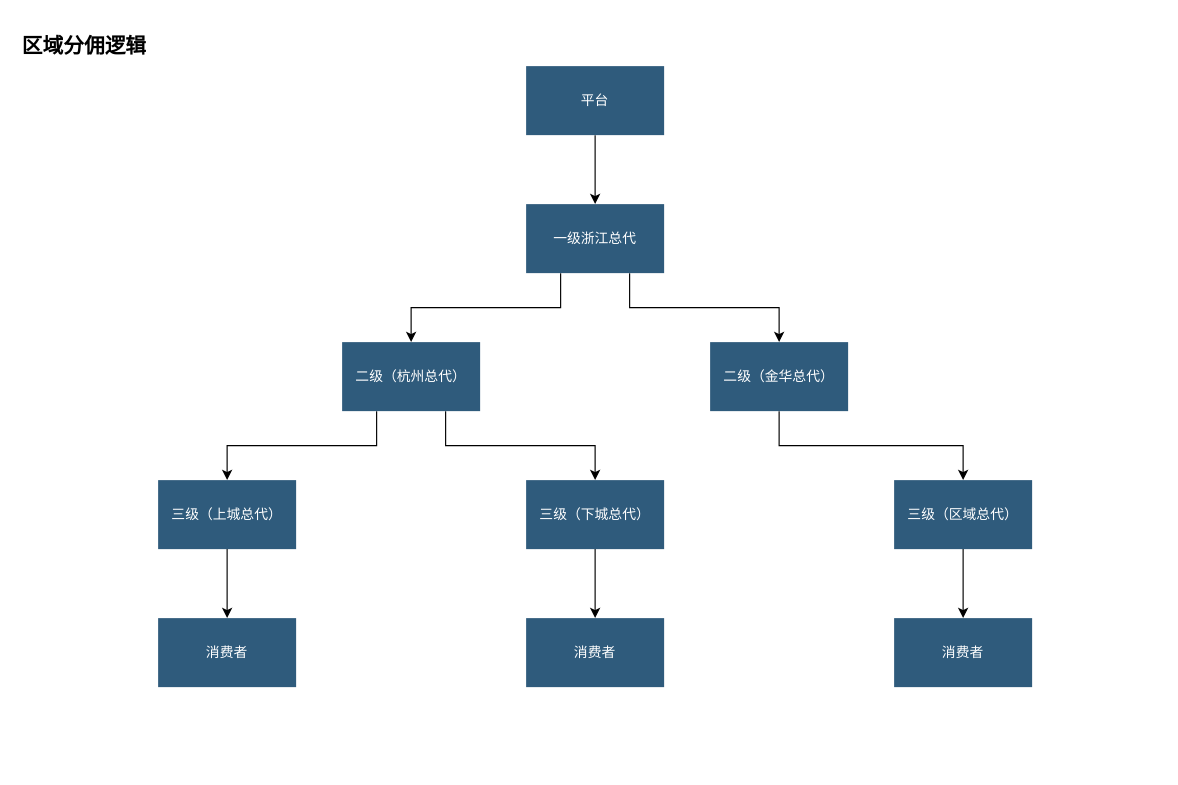
xiaoming728/draw keeps this draw.io diagram as page "区域分佣" (2 of 3) of 分佣模式.drawio. Above is the earlier version. Source tidied: cells renumbered, new cells numbered last; positions are measured from the earlier drawing's top-left corner, leaving out a move shared by most shapes. Both pictures are drawn from the tidied source at 115%, with x=0, y=0 at pixel (20, 20).
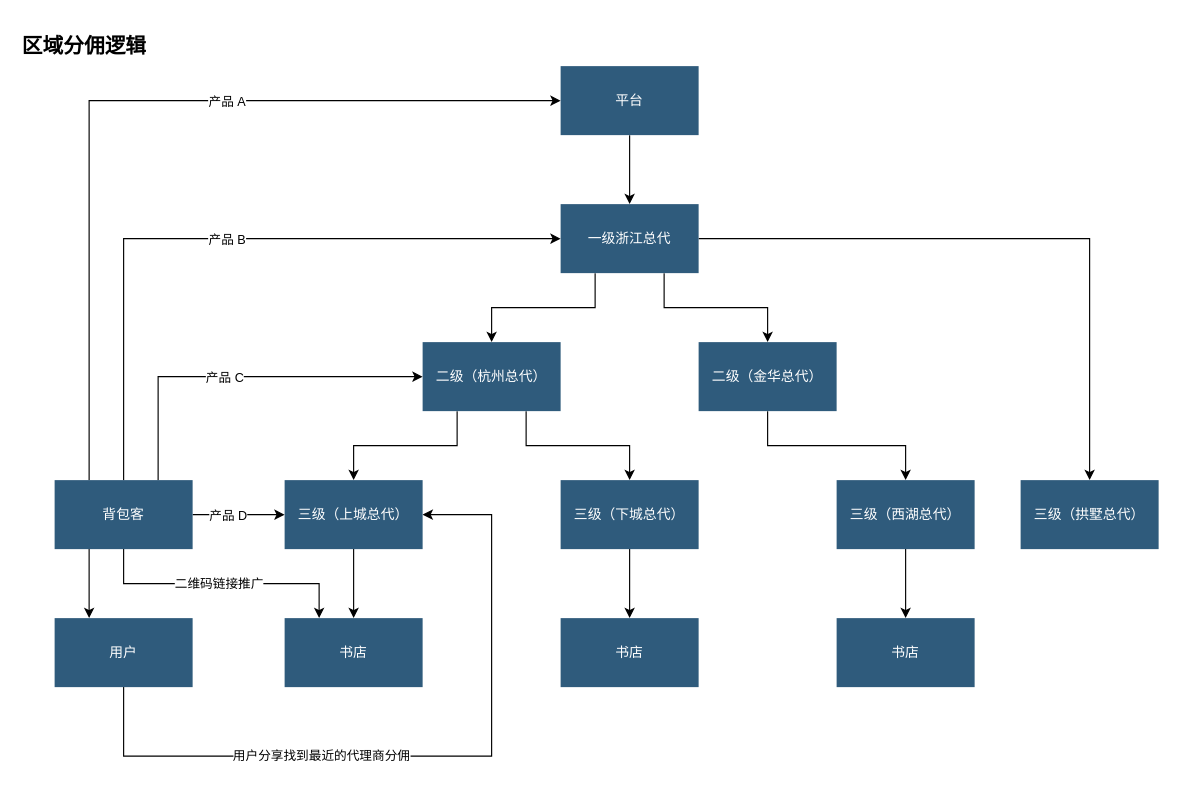
The same page after the edit.

Commit message:
更新分佣模式.drawio

Diff of the diagram source:
```diff
@@
     <mxCell id="4" value="平台" style="whiteSpace=wrap;shadow=0;fontColor=#FFFFFF;fontFamily=Helvetica;fontStyle=0;html=1;fontSize=12;plain-purple;strokeColor=none;fillColor=#2f5b7c;gradientColor=none;spacing=6;verticalAlign=middle;" parent="1" vertex="1">
-      <mxGeometry x="440" y="40" width="120" height="60" as="geometry" />
+      <mxGeometry x="470" y="40" width="120" height="60" as="geometry" />
     </mxCell>
@@
+    <mxCell id="22" style="edgeStyle=orthogonalEdgeStyle;rounded=0;jettySize=auto;html=1;exitX=1;exitY=0.5;exitDx=0;exitDy=0;" parent="1" edge="1" source="7" target="35">
+      <mxGeometry relative="1" as="geometry" />
+    </mxCell>
     <mxCell id="7" value="一级浙江总代" style="whiteSpace=wrap;shadow=0;fontColor=#FFFFFF;fontFamily=Helvetica;fontStyle=0;html=1;fontSize=12;plain-purple;strokeColor=none;fillColor=#2f5b7c;gradientColor=none;spacing=6;verticalAlign=middle;" parent="1" vertex="1">
-      <mxGeometry x="440" y="160" width="120" height="60" as="geometry" />
+      <mxGeometry x="470" y="160" width="120" height="60" as="geometry" />
     </mxCell>
@@
     <mxCell id="10" value="二级（杭州总代）" style="whiteSpace=wrap;shadow=0;fontColor=#FFFFFF;fontFamily=Helvetica;fontStyle=0;html=1;fontSize=12;plain-purple;strokeColor=none;fillColor=#2f5b7c;gradientColor=none;spacing=6;verticalAlign=middle;" parent="1" vertex="1">
-      <mxGeometry x="280" y="280" width="120" height="60" as="geometry" />
+      <mxGeometry x="350" y="280" width="120" height="60" as="geometry" />
     </mxCell>
@@
     <mxCell id="12" value="三级（上城总代）" style="whiteSpace=wrap;shadow=0;fontColor=#FFFFFF;fontFamily=Helvetica;fontStyle=0;html=1;fontSize=12;plain-purple;strokeColor=none;fillColor=#2f5b7c;gradientColor=none;spacing=6;verticalAlign=middle;" parent="1" vertex="1">
-      <mxGeometry x="120" y="400" width="120" height="60" as="geometry" />
+      <mxGeometry x="230" y="400" width="120" height="60" as="geometry" />
     </mxCell>
-    <mxCell id="13" value="消费者" style="whiteSpace=wrap;shadow=0;fontColor=#FFFFFF;fontFamily=Helvetica;fontStyle=0;html=1;fontSize=12;plain-purple;strokeColor=none;fillColor=#2f5b7c;gradientColor=none;spacing=6;verticalAlign=middle;" parent="1" vertex="1">
-      <mxGeometry x="120" y="520" width="120" height="60" as="geometry" />
+    <mxCell id="13" value="书店" style="whiteSpace=wrap;shadow=0;fontColor=#FFFFFF;fontFamily=Helvetica;fontStyle=0;html=1;fontSize=12;plain-purple;strokeColor=none;fillColor=#2f5b7c;gradientColor=none;spacing=6;verticalAlign=middle;" parent="1" vertex="1">
+      <mxGeometry x="230" y="520" width="120" height="60" as="geometry" />
     </mxCell>
@@
     <mxCell id="15" value="二级（金华总代）" style="whiteSpace=wrap;shadow=0;fontColor=#FFFFFF;fontFamily=Helvetica;fontStyle=0;html=1;fontSize=12;plain-purple;strokeColor=none;fillColor=#2f5b7c;gradientColor=none;spacing=6;verticalAlign=middle;" parent="1" vertex="1">
-      <mxGeometry x="600" y="280" width="120" height="60" as="geometry" />
+      <mxGeometry x="590" y="280" width="120" height="60" as="geometry" />
     </mxCell>
@@
     <mxCell id="17" value="三级（下城总代）" style="whiteSpace=wrap;shadow=0;fontColor=#FFFFFF;fontFamily=Helvetica;fontStyle=0;html=1;fontSize=12;plain-purple;strokeColor=none;fillColor=#2f5b7c;gradientColor=none;spacing=6;verticalAlign=middle;" parent="1" vertex="1">
-      <mxGeometry x="440" y="400" width="120" height="60" as="geometry" />
+      <mxGeometry x="470" y="400" width="120" height="60" as="geometry" />
     </mxCell>
@@
-    <mxCell id="19" value="三级（区域总代）" style="whiteSpace=wrap;shadow=0;fontColor=#FFFFFF;fontFamily=Helvetica;fontStyle=0;html=1;fontSize=12;plain-purple;strokeColor=none;fillColor=#2f5b7c;gradientColor=none;spacing=6;verticalAlign=middle;" parent="1" vertex="1">
-      <mxGeometry x="760" y="400" width="120" height="60" as="geometry" />
+    <mxCell id="19" value="三级（西湖总代）" style="whiteSpace=wrap;shadow=0;fontColor=#FFFFFF;fontFamily=Helvetica;fontStyle=0;html=1;fontSize=12;plain-purple;strokeColor=none;fillColor=#2f5b7c;gradientColor=none;spacing=6;verticalAlign=middle;" parent="1" vertex="1">
+      <mxGeometry x="710" y="400" width="120" height="60" as="geometry" />
     </mxCell>
-    <mxCell id="20" value="消费者" style="whiteSpace=wrap;shadow=0;fontColor=#FFFFFF;fontFamily=Helvetica;fontStyle=0;html=1;fontSize=12;plain-purple;strokeColor=none;fillColor=#2f5b7c;gradientColor=none;spacing=6;verticalAlign=middle;" parent="1" vertex="1">
-      <mxGeometry x="760" y="520" width="120" height="60" as="geometry" />
+    <mxCell id="20" value="书店" style="whiteSpace=wrap;shadow=0;fontColor=#FFFFFF;fontFamily=Helvetica;fontStyle=0;html=1;fontSize=12;plain-purple;strokeColor=none;fillColor=#2f5b7c;gradientColor=none;spacing=6;verticalAlign=middle;" parent="1" vertex="1">
+      <mxGeometry x="710" y="520" width="120" height="60" as="geometry" />
     </mxCell>
-    <mxCell id="21" value="消费者" style="whiteSpace=wrap;shadow=0;fontColor=#FFFFFF;fontFamily=Helvetica;fontStyle=0;html=1;fontSize=12;plain-purple;strokeColor=none;fillColor=#2f5b7c;gradientColor=none;spacing=6;verticalAlign=middle;" parent="1" vertex="1">
-      <mxGeometry x="440" y="520" width="120" height="60" as="geometry" />
+    <mxCell id="21" value="书店" style="whiteSpace=wrap;shadow=0;fontColor=#FFFFFF;fontFamily=Helvetica;fontStyle=0;html=1;fontSize=12;plain-purple;strokeColor=none;fillColor=#2f5b7c;gradientColor=none;spacing=6;verticalAlign=middle;" parent="1" vertex="1">
+      <mxGeometry x="470" y="520" width="120" height="60" as="geometry" />
     </mxCell>
+    <mxCell id="23" style="edgeStyle=orthogonalEdgeStyle;rounded=0;jettySize=auto;html=1;exitX=0.5;exitY=1;exitDx=0;exitDy=0;entryX=0.25;entryY=0;entryDx=0;entryDy=0;" parent="1" edge="1" source="34" target="13">
+      <mxGeometry relative="1" as="geometry" />
+    </mxCell>
+    <mxCell id="24" value="二维码链接推广" style="edgeLabel;html=1;align=center;verticalAlign=middle;" parent="23" vertex="1">
+      <mxGeometry x="-0.03" y="1" relative="1" as="geometry" />
+    </mxCell>
+    <mxCell id="25" style="edgeStyle=orthogonalEdgeStyle;rounded=0;jettySize=auto;html=1;exitX=0.5;exitY=0;exitDx=0;exitDy=0;entryX=0;entryY=0.5;entryDx=0;entryDy=0;" parent="1" edge="1" source="34" target="7">
+      <mxGeometry relative="1" as="geometry" />
+    </mxCell>
+    <mxCell id="26" value="产品 B" style="edgeLabel;html=1;align=center;verticalAlign=middle;" parent="25" vertex="1">
+      <mxGeometry x="-0.04" y="2" relative="1" as="geometry">
+        <mxPoint x="16" y="2" as="offset" />
+      </mxGeometry>
+    </mxCell>
+    <mxCell id="27" style="edgeStyle=orthogonalEdgeStyle;rounded=0;jettySize=auto;html=1;exitX=0.75;exitY=0;exitDx=0;exitDy=0;entryX=0;entryY=0.5;entryDx=0;entryDy=0;" parent="1" edge="1" source="34" target="10">
+      <mxGeometry relative="1" as="geometry" />
+    </mxCell>
+    <mxCell id="28" value="产品 C" style="edgeLabel;html=1;align=center;verticalAlign=middle;" parent="27" vertex="1">
+      <mxGeometry x="-0.08" relative="1" as="geometry" />
+    </mxCell>
+    <mxCell id="29" style="edgeStyle=orthogonalEdgeStyle;rounded=0;jettySize=auto;html=1;exitX=0.25;exitY=0;exitDx=0;exitDy=0;entryX=0;entryY=0.5;entryDx=0;entryDy=0;" parent="1" edge="1" source="34" target="4">
+      <mxGeometry relative="1" as="geometry" />
+    </mxCell>
+    <mxCell id="30" value="产品 A" style="edgeLabel;html=1;align=center;verticalAlign=middle;" parent="29" vertex="1">
+      <mxGeometry x="0.15" y="1" relative="1" as="geometry">
+        <mxPoint x="24" y="1" as="offset" />
+      </mxGeometry>
+    </mxCell>
+    <mxCell id="31" style="edgeStyle=orthogonalEdgeStyle;rounded=0;jettySize=auto;html=1;exitX=1;exitY=0.5;exitDx=0;exitDy=0;" parent="1" edge="1" source="34" target="12">
+      <mxGeometry relative="1" as="geometry" />
+    </mxCell>
+    <mxCell id="32" value="产品 D" style="edgeLabel;html=1;align=center;verticalAlign=middle;" parent="31" vertex="1">
+      <mxGeometry x="-0.54" y="-2" relative="1" as="geometry">
+        <mxPoint x="12" y="-2" as="offset" />
+      </mxGeometry>
+    </mxCell>
+    <mxCell id="33" style="edgeStyle=orthogonalEdgeStyle;rounded=0;jettySize=auto;html=1;exitX=0.25;exitY=1;exitDx=0;exitDy=0;entryX=0.25;entryY=0;entryDx=0;entryDy=0;" parent="1" edge="1" source="34" target="38">
+      <mxGeometry relative="1" as="geometry" />
+    </mxCell>
+    <mxCell id="34" value="背包客" style="whiteSpace=wrap;shadow=0;fontColor=#FFFFFF;fontFamily=Helvetica;fontStyle=0;html=1;fontSize=12;plain-purple;strokeColor=none;fillColor=#2f5b7c;gradientColor=none;spacing=6;verticalAlign=middle;" parent="1" vertex="1">
+      <mxGeometry x="30" y="400" width="120" height="60" as="geometry" />
+    </mxCell>
+    <mxCell id="35" value="三级（拱墅总代）" style="whiteSpace=wrap;shadow=0;fontColor=#FFFFFF;fontFamily=Helvetica;fontStyle=0;html=1;fontSize=12;plain-purple;strokeColor=none;fillColor=#2f5b7c;gradientColor=none;spacing=6;verticalAlign=middle;" parent="1" vertex="1">
+      <mxGeometry x="870" y="400" width="120" height="60" as="geometry" />
+    </mxCell>
+    <mxCell id="36" style="edgeStyle=orthogonalEdgeStyle;rounded=0;jettySize=auto;html=1;exitX=0.5;exitY=1;exitDx=0;exitDy=0;entryX=1;entryY=0.5;entryDx=0;entryDy=0;" parent="1" edge="1" source="38" target="12">
+      <mxGeometry relative="1" as="geometry">
+        <Array as="points">
+          <mxPoint x="90" y="640" />
+          <mxPoint x="410" y="640" />
+          <mxPoint x="410" y="430" />
+        </Array>
+      </mxGeometry>
+    </mxCell>
+    <mxCell id="37" value="用户分享找到最近的代理商分佣" style="edgeLabel;html=1;align=center;verticalAlign=middle;" parent="36" vertex="1">
+      <mxGeometry x="-0.29" y="1" relative="1" as="geometry" />
+    </mxCell>
+    <mxCell id="38" value="用户" style="whiteSpace=wrap;shadow=0;fontColor=#FFFFFF;fontFamily=Helvetica;fontStyle=0;html=1;fontSize=12;plain-purple;strokeColor=none;fillColor=#2f5b7c;gradientColor=none;spacing=6;verticalAlign=middle;" parent="1" vertex="1">
+      <mxGeometry x="30" y="520" width="120" height="60" as="geometry" />
+    </mxCell>
```
